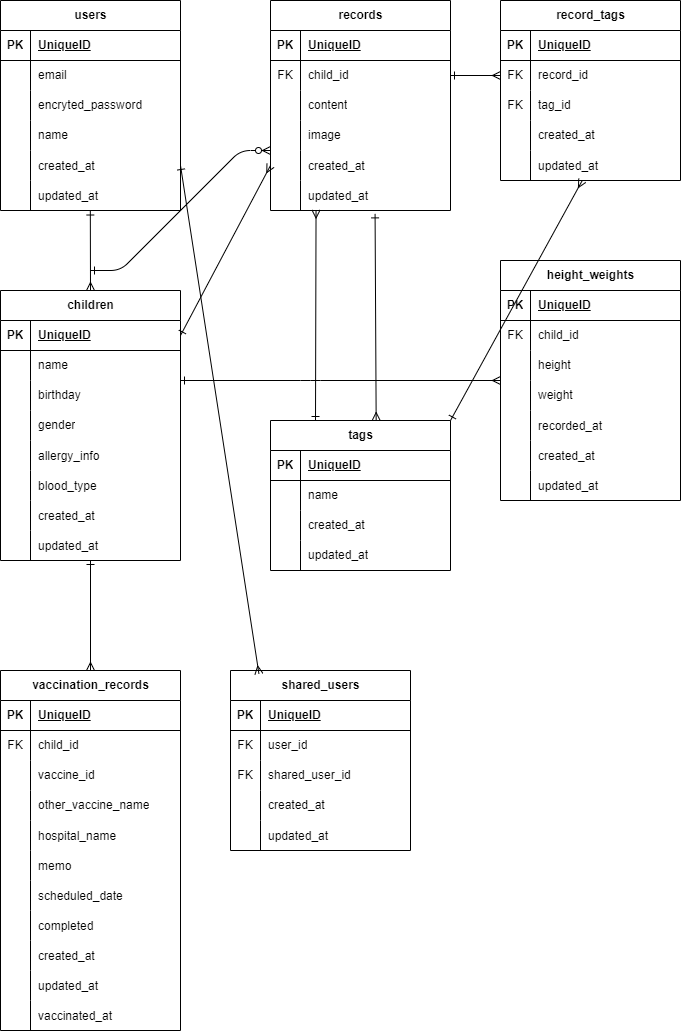
This is .drawio.png from sayaka-mi/kids-journal, a draw.io export, as it was before one commit. Source tidied: cells renumbered, new cells last; positions are measured from the earlier drawing's top-left corner, leaving out a move shared by most shapes.
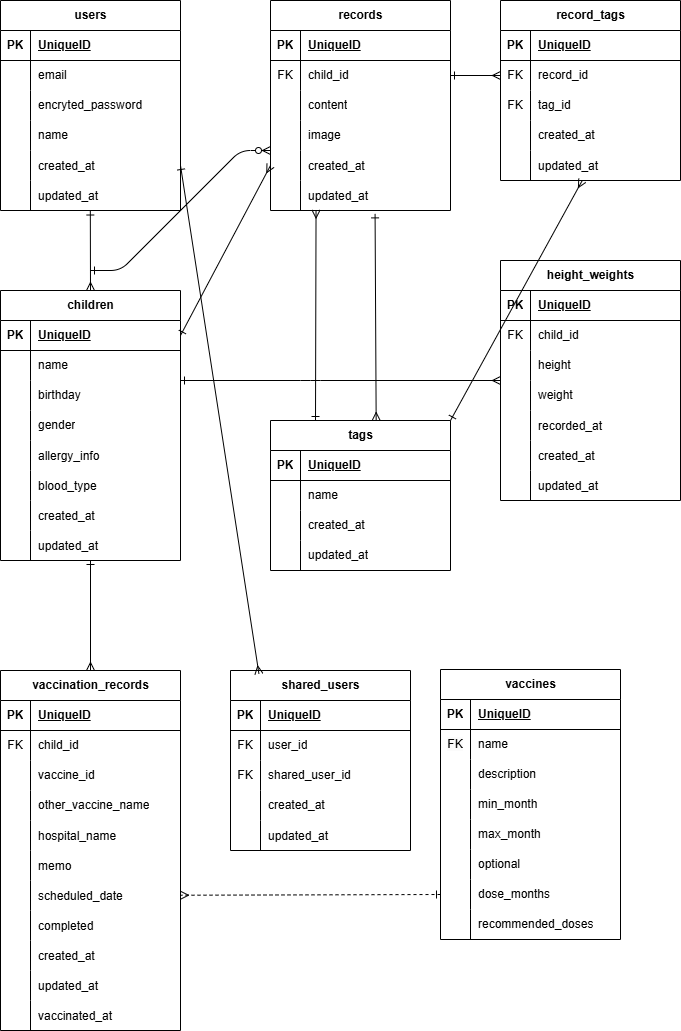
The same file after the commit.

Commit message:
ER図、CSS調整

Change to the diagram source:
```diff
@@ -539,5 +539,83 @@
         </Array>
       </mxGeometry>
     </mxCell>
+    <mxCell id="176" value="vaccines" style="shape=table;startSize=30;rowLines=0;fontStyle=1;align=center;html=1;" parent="1" vertex="1">
+      <mxGeometry x="440" y="669" width="180" height="270" as="geometry" />
+    </mxCell>
+    <mxCell id="177" style="shape=tableRow;horizontal=0;startSize=0;swimlaneHead=0;swimlaneBody=0;fillColor=none;top=0;left=0;right=0;bottom=1;" parent="176" vertex="1">
+      <mxGeometry y="30" width="180" height="30" as="geometry" />
+    </mxCell>
+    <mxCell id="178" value="PK" style="shape=partialRectangle;fillColor=none;top=0;left=0;bottom=0;right=0;fontStyle=1;overflow=hidden;whiteSpace=wrap;html=1;" parent="177" vertex="1">
+      <mxGeometry width="30" height="30" as="geometry" />
+    </mxCell>
+    <mxCell id="179" value="UniqueID" style="shape=partialRectangle;fillColor=none;top=0;left=0;bottom=0;right=0;align=left;spacingLeft=6;fontStyle=5;overflow=hidden;whiteSpace=wrap;html=1;" parent="177" vertex="1">
+      <mxGeometry x="30" width="150" height="30" as="geometry" />
+    </mxCell>
+    <mxCell id="180" style="shape=tableRow;horizontal=0;startSize=0;swimlaneHead=0;swimlaneBody=0;fillColor=none;top=0;left=0;right=0;bottom=0;" parent="176" vertex="1">
+      <mxGeometry y="60" width="180" height="30" as="geometry" />
+    </mxCell>
+    <mxCell id="181" value="&lt;span style=&quot;color: rgb(0, 0, 0); font-family: Helvetica; font-size: 12px; font-style: normal; font-variant-ligatures: normal; font-variant-caps: normal; font-weight: 400; letter-spacing: normal; orphans: 2; text-align: center; text-indent: 0px; text-transform: none; widows: 2; word-spacing: 0px; -webkit-text-stroke-width: 0px; white-space: normal; background-color: rgb(251, 251, 251); text-decoration-thickness: initial; text-decoration-style: initial; text-decoration-color: initial; float: none; display: inline !important;&quot;&gt;FK&lt;/span&gt;" style="shape=partialRectangle;fillColor=none;top=0;left=0;bottom=0;right=0;overflow=hidden;whiteSpace=wrap;html=1;" parent="180" vertex="1">
+      <mxGeometry width="30" height="30" as="geometry" />
+    </mxCell>
+    <mxCell id="182" value="name" style="shape=partialRectangle;fillColor=none;top=0;left=0;bottom=0;right=0;align=left;spacingLeft=6;overflow=hidden;whiteSpace=wrap;html=1;" parent="180" vertex="1">
+      <mxGeometry x="30" width="150" height="30" as="geometry" />
+    </mxCell>
+    <mxCell id="183" style="shape=tableRow;horizontal=0;startSize=0;swimlaneHead=0;swimlaneBody=0;fillColor=none;top=0;left=0;right=0;bottom=0;" parent="176" vertex="1">
+      <mxGeometry y="90" width="180" height="30" as="geometry" />
+    </mxCell>
+    <mxCell id="184" style="shape=partialRectangle;fillColor=none;top=0;left=0;bottom=0;right=0;overflow=hidden;whiteSpace=wrap;html=1;" parent="183" vertex="1">
+      <mxGeometry width="30" height="30" as="geometry" />
+    </mxCell>
+    <mxCell id="185" value="description" style="shape=partialRectangle;fillColor=none;top=0;left=0;bottom=0;right=0;align=left;spacingLeft=6;overflow=hidden;whiteSpace=wrap;html=1;" parent="183" vertex="1">
+      <mxGeometry x="30" width="150" height="30" as="geometry" />
+    </mxCell>
+    <mxCell id="186" style="shape=tableRow;horizontal=0;startSize=0;swimlaneHead=0;swimlaneBody=0;fillColor=none;top=0;left=0;right=0;bottom=0;" parent="176" vertex="1">
+      <mxGeometry y="120" width="180" height="30" as="geometry" />
+    </mxCell>
+    <mxCell id="187" style="shape=partialRectangle;fillColor=none;top=0;left=0;bottom=0;right=0;overflow=hidden;whiteSpace=wrap;html=1;" parent="186" vertex="1">
+      <mxGeometry width="30" height="30" as="geometry" />
+    </mxCell>
+    <mxCell id="188" value="min_month" style="shape=partialRectangle;fillColor=none;top=0;left=0;bottom=0;right=0;align=left;spacingLeft=6;overflow=hidden;whiteSpace=wrap;html=1;" parent="186" vertex="1">
+      <mxGeometry x="30" width="150" height="30" as="geometry" />
+    </mxCell>
+    <mxCell id="189" style="shape=tableRow;horizontal=0;startSize=0;swimlaneHead=0;swimlaneBody=0;fillColor=none;top=0;left=0;right=0;bottom=0;" parent="176" vertex="1">
+      <mxGeometry y="150" width="180" height="30" as="geometry" />
+    </mxCell>
+    <mxCell id="190" style="shape=partialRectangle;fillColor=none;top=0;left=0;bottom=0;right=0;fontStyle=0;overflow=hidden;whiteSpace=wrap;html=1;" parent="189" vertex="1">
+      <mxGeometry width="30" height="30" as="geometry" />
+    </mxCell>
+    <mxCell id="191" value="max_month" style="shape=partialRectangle;fillColor=none;top=0;left=0;bottom=0;right=0;align=left;spacingLeft=6;fontStyle=0;overflow=hidden;whiteSpace=wrap;html=1;" parent="189" vertex="1">
+      <mxGeometry x="30" width="150" height="30" as="geometry" />
+    </mxCell>
+    <mxCell id="192" style="shape=tableRow;horizontal=0;startSize=0;swimlaneHead=0;swimlaneBody=0;fillColor=none;top=0;left=0;right=0;bottom=0;" parent="176" vertex="1">
+      <mxGeometry y="180" width="180" height="30" as="geometry" />
+    </mxCell>
+    <mxCell id="193" style="shape=partialRectangle;fillColor=none;top=0;left=0;bottom=0;right=0;fontStyle=0;overflow=hidden;whiteSpace=wrap;html=1;" parent="192" vertex="1">
+      <mxGeometry width="30" height="30" as="geometry" />
+    </mxCell>
+    <mxCell id="194" value="optional" style="shape=partialRectangle;fillColor=none;top=0;left=0;bottom=0;right=0;align=left;spacingLeft=6;fontStyle=0;overflow=hidden;whiteSpace=wrap;html=1;" parent="192" vertex="1">
+      <mxGeometry x="30" width="150" height="30" as="geometry" />
+    </mxCell>
+    <mxCell id="195" style="shape=tableRow;horizontal=0;startSize=0;swimlaneHead=0;swimlaneBody=0;fillColor=none;points=[[0,0.5],[1,0.5]];portConstraint=eastwest;top=0;left=0;right=0;bottom=0;" parent="176" vertex="1">
+      <mxGeometry y="210" width="180" height="30" as="geometry" />
+    </mxCell>
+    <mxCell id="196" style="shape=partialRectangle;fillColor=none;top=0;left=0;bottom=0;right=0;fontStyle=0;overflow=hidden;whiteSpace=wrap;html=1;" parent="195" vertex="1">
+      <mxGeometry width="30" height="30" as="geometry" />
+    </mxCell>
+    <mxCell id="197" value="dose_months" style="shape=partialRectangle;fillColor=none;top=0;left=0;bottom=0;right=0;align=left;spacingLeft=6;fontStyle=0;overflow=hidden;whiteSpace=wrap;html=1;" parent="195" vertex="1">
+      <mxGeometry x="30" width="150" height="30" as="geometry" />
+    </mxCell>
+    <mxCell id="198" style="shape=tableRow;horizontal=0;startSize=0;swimlaneHead=0;swimlaneBody=0;fillColor=none;top=0;left=0;right=0;bottom=0;" parent="176" vertex="1">
+      <mxGeometry y="240" width="180" height="30" as="geometry" />
+    </mxCell>
+    <mxCell id="199" style="shape=partialRectangle;fillColor=none;top=0;left=0;bottom=0;right=0;fontStyle=0;overflow=hidden;whiteSpace=wrap;html=1;" parent="198" vertex="1">
+      <mxGeometry width="30" height="30" as="geometry" />
+    </mxCell>
+    <mxCell id="200" value="recommended_doses" style="shape=partialRectangle;fillColor=none;top=0;left=0;bottom=0;right=0;align=left;spacingLeft=6;fontStyle=0;overflow=hidden;whiteSpace=wrap;html=1;" parent="198" vertex="1">
+      <mxGeometry x="30" width="150" height="30" as="geometry" />
+    </mxCell>
+    <mxCell id="201" style="edgeStyle=none;html=1;exitX=0;exitY=0.5;exitDx=0;exitDy=0;endArrow=ERmany;endFill=0;startArrow=ERone;startFill=0;dashed=1;" parent="1" edge="1" source="195" target="135">
+      <mxGeometry relative="1" as="geometry" />
+    </mxCell>
   </root>
 </mxGraphModel>
```
